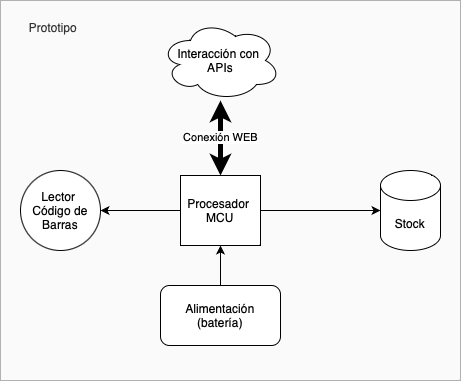
This is Figuras/DiagramaBloque.png from sbualo/GestionDeProjectos, a draw.io export, as it was before one commit. Source tidied: cells renumbered, new cells last; positions are measured from the earlier drawing's top-left corner, leaving out a move shared by most shapes.
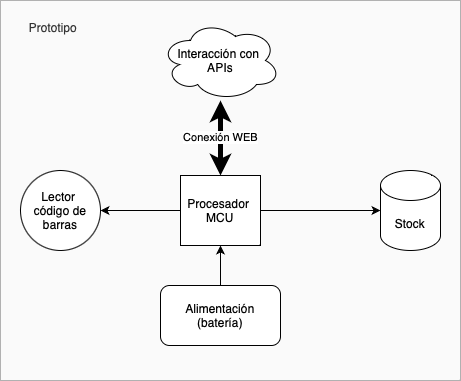
After the commit.

Change to the diagram source:
```diff
@@ -17,7 +17,7 @@
     <mxCell id="6" value="Procesador&amp;nbsp;&lt;br&gt;MCU" style="rounded=0;whiteSpace=wrap;html=1;" parent="1" vertex="1">
       <mxGeometry x="180" y="175" width="80" height="70" as="geometry" />
     </mxCell>
-    <mxCell id="7" value="Lector &lt;br&gt;Código de Barras" style="ellipse;whiteSpace=wrap;html=1;rounded=0;" parent="1" vertex="1">
+    <mxCell id="7" value="Lector &lt;br&gt;código de barras" style="ellipse;whiteSpace=wrap;html=1;rounded=0;" parent="1" vertex="1">
       <mxGeometry x="20" y="170" width="80" height="80" as="geometry" />
     </mxCell>
     <mxCell id="8" value="Interacción con&amp;nbsp;&lt;br&gt;APIs" style="ellipse;shape=cloud;whiteSpace=wrap;html=1;rounded=0;" parent="1" vertex="1">
```
